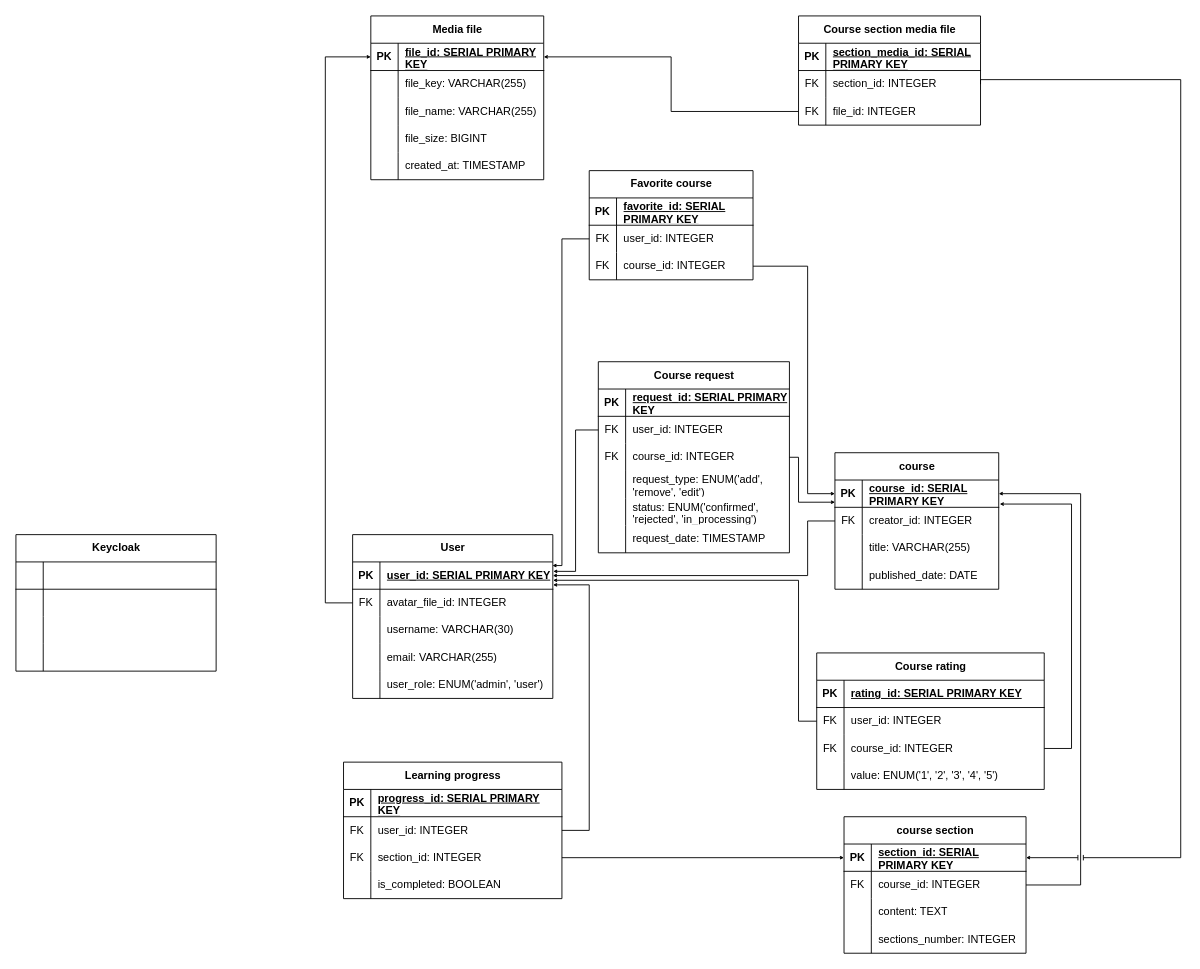
This is diagrams/Физическая модель базы данных/Физическая модель БД.drawio from sahland/9.5-Team, a draw.io file, before an edit. Source tidied: cells renumbered, new cells numbered last; positions are measured from the earlier drawing's top-left corner, leaving out a move shared by most shapes. Both pictures are drawn from the tidied source at 91%, with x=0, y=0 at pixel (15, 15).
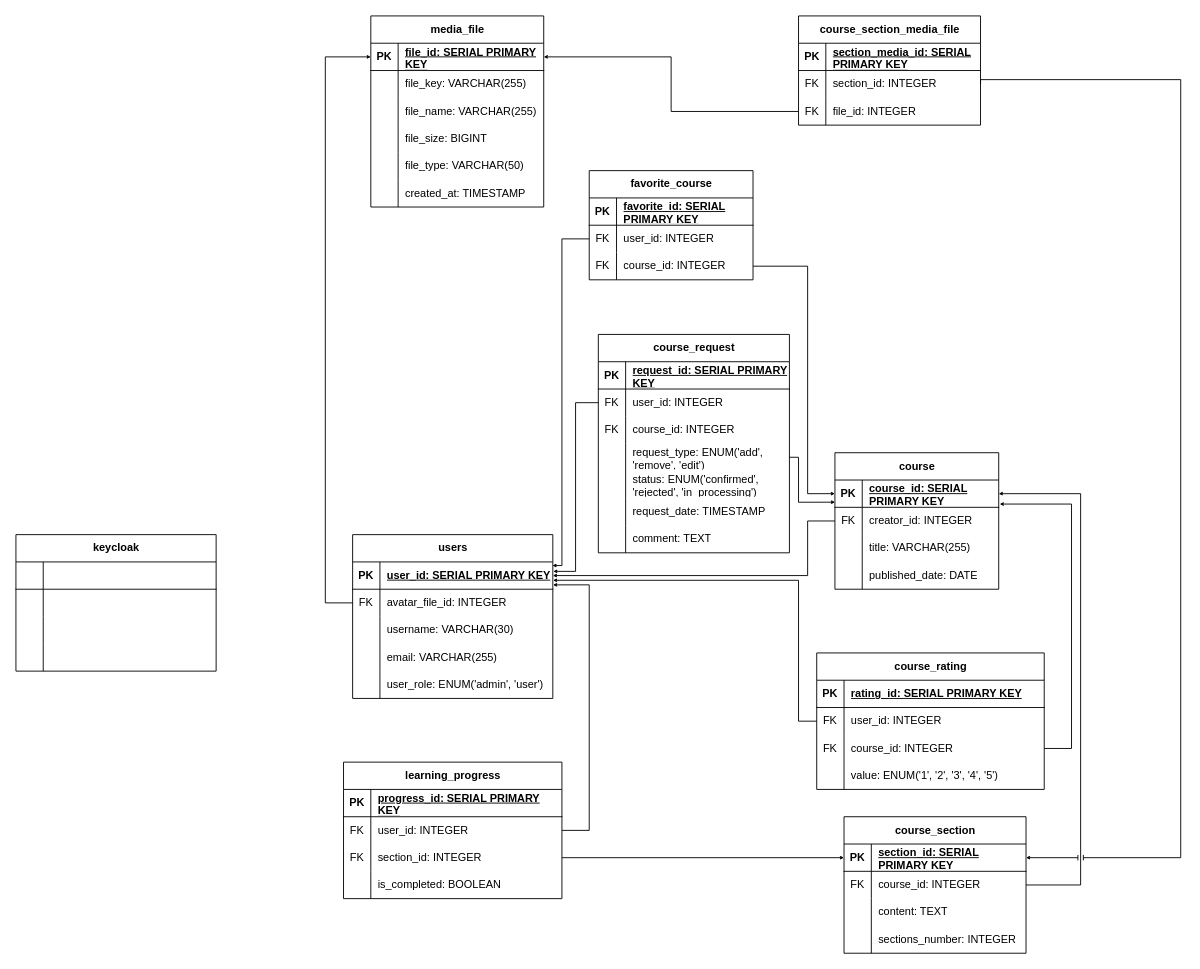
The same page after the edit.

Commit message (it also covers changes not shown here):
fix: er diagram and physical date model

The change refers to these unchanged cells:
```xml
<mxCell id="19" style="shape=tableRow;horizontal=0;startSize=0;swimlaneHead=0;swimlaneBody=0;fillColor=none;points=[[0,0.5],[1,0.5]];portConstraint=eastwest;top=0;left=0;right=0;bottom=1;" parent="18" vertex="1">
  <mxGeometry y="30" width="180" height="30" as="geometry" />
</mxCell>
<mxCell id="87" style="shape=tableRow;horizontal=0;startSize=0;swimlaneHead=0;swimlaneBody=0;fillColor=none;points=[[0,0.5],[1,0.5]];portConstraint=eastwest;top=0;left=0;right=0;bottom=0;" parent="80" vertex="1">
  <mxGeometry y="90" width="210" height="30" as="geometry" />
</mxCell>
```

Change to the diagram source:
```diff
@@
-    <mxCell id="2" value="User" style="shape=table;startSize=30;childLayout=tableLayout;rowLines=0;fontStyle=1;align=center;html=1;" parent="1" vertex="1">
+    <mxCell id="2" value="users" style="shape=table;startSize=30;childLayout=tableLayout;rowLines=0;fontStyle=1;align=center;html=1;" parent="1" vertex="1">
       <mxGeometry x="370" y="570" width="220" height="180" as="geometry" />
     </mxCell>
@@
-    <mxCell id="31" value="course section" style="shape=table;startSize=30;childLayout=tableLayout;rowLines=0;fontStyle=1;align=center;html=1;" parent="1" vertex="1">
+    <mxCell id="31" value="course_section" style="shape=table;startSize=30;childLayout=tableLayout;rowLines=0;fontStyle=1;align=center;html=1;" parent="1" vertex="1">
       <mxGeometry x="910" y="880" width="200" height="150" as="geometry" />
     </mxCell>
@@
-    <mxCell id="44" value="Course rating" style="shape=table;startSize=30;childLayout=tableLayout;rowLines=0;fontStyle=1;align=center;html=1;" parent="1" vertex="1">
+    <mxCell id="44" value="course_rating" style="shape=table;startSize=30;childLayout=tableLayout;rowLines=0;fontStyle=1;align=center;html=1;" parent="1" vertex="1">
       <mxGeometry x="880" y="700" width="250" height="150" as="geometry" />
     </mxCell>
@@
-    <mxCell id="57" value="Favorite course" style="shape=table;startSize=30;childLayout=tableLayout;rowLines=0;fontStyle=1;align=center;html=1;" parent="1" vertex="1">
+    <mxCell id="57" value="favorite_course" style="shape=table;startSize=30;childLayout=tableLayout;rowLines=0;fontStyle=1;align=center;html=1;" parent="1" vertex="1">
       <mxGeometry x="630" y="170" width="180" height="120" as="geometry" />
     </mxCell>
@@
-    <mxCell id="67" value="Learning progress" style="shape=table;startSize=30;childLayout=tableLayout;rowLines=0;fontStyle=1;align=center;html=1;" parent="1" vertex="1">
+    <mxCell id="67" value="learning_progress" style="shape=table;startSize=30;childLayout=tableLayout;rowLines=0;fontStyle=1;align=center;html=1;" parent="1" vertex="1">
       <mxGeometry x="360" y="820" width="240" height="150" as="geometry" />
     </mxCell>
@@
-    <mxCell id="80" value="Course request" style="shape=table;startSize=30;childLayout=tableLayout;rowLines=0;fontStyle=1;align=center;html=1;" parent="1" vertex="1">
-      <mxGeometry x="640" y="380" width="210" height="210" as="geometry" />
+    <mxCell id="80" value="course_request" style="shape=table;startSize=30;childLayout=tableLayout;rowLines=0;fontStyle=1;align=center;html=1;" parent="1" vertex="1">
+      <mxGeometry x="640" y="350" width="210" height="240" as="geometry" />
     </mxCell>
@@
+    <mxCell id="151" style="shape=tableRow;horizontal=0;startSize=0;swimlaneHead=0;swimlaneBody=0;fillColor=none;top=0;left=0;right=0;bottom=0;" parent="80" vertex="1">
+      <mxGeometry y="210" width="210" height="30" as="geometry" />
+    </mxCell>
+    <mxCell id="152" style="shape=partialRectangle;fillColor=none;top=0;left=0;bottom=0;right=0;overflow=hidden;whiteSpace=wrap;html=1;" parent="151" vertex="1">
+      <mxGeometry width="30" height="30" as="geometry" />
+    </mxCell>
+    <mxCell id="153" value="comment: TEXT" style="shape=partialRectangle;fillColor=none;top=0;left=0;bottom=0;right=0;align=left;spacingLeft=6;overflow=hidden;whiteSpace=wrap;html=1;" parent="151" vertex="1">
+      <mxGeometry x="30" width="180" height="30" as="geometry" />
+    </mxCell>
@@
-    <mxCell id="108" style="edgeStyle=orthogonalEdgeStyle;rounded=0;jettySize=auto;html=1;entryX=0.001;entryY=0.812;entryDx=0;entryDy=0;jumpStyle=none;shadow=0;textShadow=0;flowAnimation=0;sourcePerimeterSpacing=0;curved=0;strokeWidth=1;entryPerimeter=0;endSize=2;" parent="1" edge="1" source="87" target="19">
+    <mxCell id="108" style="edgeStyle=orthogonalEdgeStyle;rounded=0;jettySize=auto;html=1;entryX=0.001;entryY=0.812;entryDx=0;entryDy=0;jumpStyle=none;shadow=0;textShadow=0;flowAnimation=0;sourcePerimeterSpacing=0;curved=0;strokeWidth=1;entryPerimeter=0;endSize=2;" parent="1" edge="1" target="19">
       <mxGeometry relative="1" as="geometry">
+        <mxPoint x="850" y="485" as="sourcePoint" />
         <Array as="points">
+          <mxPoint x="850" y="485" />
           <mxPoint x="860" y="485" />
           <mxPoint x="860" y="534" />
         </Array>
       </mxGeometry>
     </mxCell>
-    <mxCell id="109" value="Keycloak" style="shape=table;startSize=30;childLayout=tableLayout;rowLines=0;fontStyle=1;align=center;html=1;" parent="1" vertex="1">
+    <mxCell id="109" value="keycloak" style="shape=table;startSize=30;childLayout=tableLayout;rowLines=0;fontStyle=1;align=center;html=1;" parent="1" vertex="1">
       <mxGeometry y="570" width="220" height="150" as="geometry" />
     </mxCell>
@@
-    <mxCell id="122" value="Media file" style="shape=table;startSize=30;childLayout=tableLayout;rowLines=0;fontStyle=1;align=center;html=1;" parent="1" vertex="1">
-      <mxGeometry x="390" width="190" height="180" as="geometry" />
+    <mxCell id="122" value="media_file" style="shape=table;startSize=30;childLayout=tableLayout;rowLines=0;fontStyle=1;align=center;html=1;" parent="1" vertex="1">
+      <mxGeometry x="390" width="190" height="210" as="geometry" />
     </mxCell>
@@
+    <mxCell id="154" style="shape=tableRow;horizontal=0;startSize=0;swimlaneHead=0;swimlaneBody=0;fillColor=none;top=0;left=0;right=0;bottom=0;" parent="122" vertex="1">
+      <mxGeometry y="150" width="190" height="30" as="geometry" />
+    </mxCell>
+    <mxCell id="155" style="shape=partialRectangle;fillColor=none;top=0;left=0;bottom=0;right=0;overflow=hidden;whiteSpace=wrap;html=1;" parent="154" vertex="1">
+      <mxGeometry width="30" height="30" as="geometry" />
+    </mxCell>
+    <mxCell id="156" value="file_type: VARCHAR(50)" style="shape=partialRectangle;fillColor=none;top=0;left=0;bottom=0;right=0;align=left;spacingLeft=6;overflow=hidden;whiteSpace=wrap;html=1;" parent="154" vertex="1">
+      <mxGeometry x="30" width="160" height="30" as="geometry" />
+    </mxCell>
     <mxCell id="135" style="shape=tableRow;horizontal=0;startSize=0;swimlaneHead=0;swimlaneBody=0;fillColor=none;top=0;left=0;right=0;bottom=0;" parent="122" vertex="1">
-      <mxGeometry y="150" width="190" height="30" as="geometry" />
+      <mxGeometry y="180" width="190" height="30" as="geometry" />
     </mxCell>
@@
-    <mxCell id="138" value="Course section media file" style="shape=table;startSize=30;childLayout=tableLayout;rowLines=0;fontStyle=1;align=center;html=1;" parent="1" vertex="1">
+    <mxCell id="138" value="сourse_section_media_file" style="shape=table;startSize=30;childLayout=tableLayout;rowLines=0;fontStyle=1;align=center;html=1;" parent="1" vertex="1">
       <mxGeometry x="860" width="200" height="120" as="geometry" />
     </mxCell>
```
